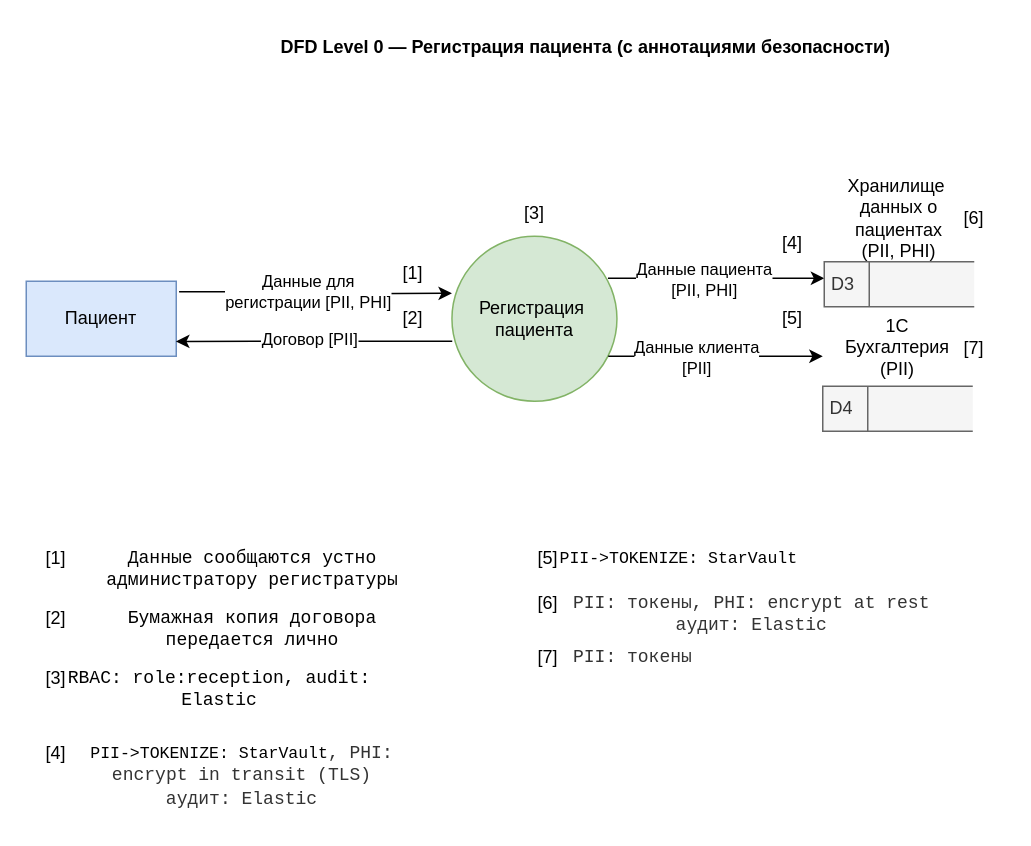
The draw.io diagram Task1/data-flow-registration-annotated.drawio in alents/architecture-medikamente, before the edit. Source tidied: cells renumbered, new cells numbered last; positions are measured from the earlier drawing's top-left corner, leaving out a move shared by most shapes. Both pictures are drawn from the tidied source at 150%, with x=0, y=0 at pixel (26, 26).
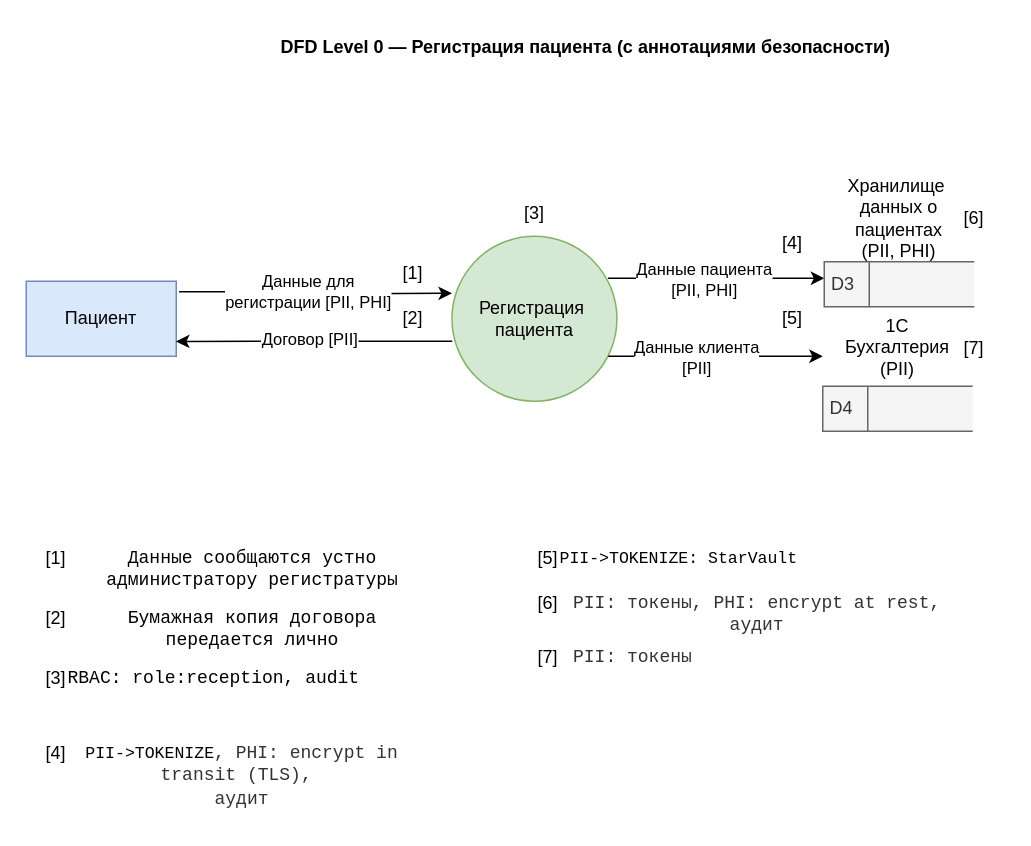
The same page after the edit.

The change refers to these unchanged cells:
```xml
<mxCell id="30" style="group;" parent="1" vertex="1">
  <mxGeometry y="420" width="230" height="40" as="geometry" />
</mxCell>
<mxCell id="33" style="group;" parent="1" vertex="1">
  <mxGeometry y="470" width="260" height="60" as="geometry" />
</mxCell>
<mxCell id="37" style="group;" parent="1" vertex="1">
  <mxGeometry x="328" y="340" width="283" height="120" as="geometry" />
</mxCell>
```

Change to the diagram source:
```diff
@@
-    <mxCell id="32" value="&lt;div style=&quot;text-align: center;&quot;&gt;&lt;span style=&quot;font-family: &amp;quot;Courier New&amp;quot;;&quot;&gt;&lt;font&gt;RBAC: role:reception, audit: Elastic&lt;/font&gt;&lt;/span&gt;&lt;/div&gt;" style="text;whiteSpace=wrap;html=1;" parent="30" vertex="1">
+    <mxCell id="32" value="&lt;div style=&quot;text-align: center;&quot;&gt;&lt;span style=&quot;font-family: &amp;quot;Courier New&amp;quot;;&quot;&gt;&lt;font&gt;RBAC: role:reception, audit&lt;/font&gt;&lt;/span&gt;&lt;/div&gt;" style="text;whiteSpace=wrap;html=1;" parent="30" vertex="1">
       <mxGeometry x="25.6" width="204.4" height="40" as="geometry" />
     </mxCell>
@@
-    <mxCell id="35" value="&lt;div style=&quot;text-align: center;&quot;&gt;&lt;span style=&quot;color: rgb(51, 51, 51); font-family: &amp;quot;Courier New&amp;quot;;&quot;&gt;&lt;span style=&quot;font-size: 11px; background-color: transparent; color: light-dark(rgb(0, 0, 0), rgb(255, 255, 255));&quot;&gt;PII-&amp;gt;TOKENIZE: StarVault&lt;/span&gt;, PHI: encrypt in transit (TLS)&lt;/span&gt;&lt;br style=&quot;color: rgb(51, 51, 51); font-family: &amp;quot;Courier New&amp;quot;;&quot;&gt;&lt;span style=&quot;color: rgb(51, 51, 51); font-family: &amp;quot;Courier New&amp;quot;;&quot;&gt;аудит: Elastic&lt;/span&gt;&lt;/div&gt;" style="text;whiteSpace=wrap;html=1;" parent="33" vertex="1">
+    <mxCell id="35" value="&lt;div style=&quot;text-align: center;&quot;&gt;&lt;span style=&quot;color: rgb(51, 51, 51); font-family: &amp;quot;Courier New&amp;quot;;&quot;&gt;&lt;span style=&quot;font-size: 11px; background-color: transparent; color: light-dark(rgb(0, 0, 0), rgb(255, 255, 255));&quot;&gt;PII-&amp;gt;TOKENIZE&lt;/span&gt;, PHI: encrypt in transit (TLS),&amp;nbsp;&lt;/span&gt;&lt;br style=&quot;color: rgb(51, 51, 51); font-family: &amp;quot;Courier New&amp;quot;;&quot;&gt;&lt;span style=&quot;color: rgb(51, 51, 51); font-family: &amp;quot;Courier New&amp;quot;;&quot;&gt;аудит&lt;/span&gt;&lt;/div&gt;" style="text;whiteSpace=wrap;html=1;" parent="33" vertex="1">
       <mxGeometry x="25.6" width="234.4" height="60" as="geometry" />
     </mxCell>
@@
-    <mxCell id="41" value="&lt;div style=&quot;text-align: center;&quot;&gt;&lt;font&gt;&lt;span style=&quot;color: rgb(51, 51, 51); font-family: &amp;quot;Courier New&amp;quot;;&quot;&gt;PII: токены, PHI: encrypt at rest&lt;/span&gt;&lt;br style=&quot;color: rgb(51, 51, 51); font-family: &amp;quot;Courier New&amp;quot;;&quot;&gt;&lt;span style=&quot;color: rgb(51, 51, 51); font-family: &amp;quot;Courier New&amp;quot;;&quot;&gt;аудит: Elastic&lt;/span&gt;&lt;/font&gt;&lt;/div&gt;" style="text;whiteSpace=wrap;html=1;" parent="37" vertex="1">
+    <mxCell id="41" value="&lt;div style=&quot;text-align: center;&quot;&gt;&lt;font&gt;&lt;span style=&quot;color: rgb(51, 51, 51); font-family: &amp;quot;Courier New&amp;quot;;&quot;&gt;PII: токены, PHI: encrypt at rest,&lt;/span&gt;&lt;br style=&quot;color: rgb(51, 51, 51); font-family: &amp;quot;Courier New&amp;quot;;&quot;&gt;&lt;span style=&quot;color: rgb(51, 51, 51); font-family: &amp;quot;Courier New&amp;quot;;&quot;&gt;аудит&lt;/span&gt;&lt;/font&gt;&lt;/div&gt;" style="text;whiteSpace=wrap;html=1;" parent="37" vertex="1">
       <mxGeometry x="34.5" y="30" width="248.6" height="60" as="geometry" />
     </mxCell>
```
